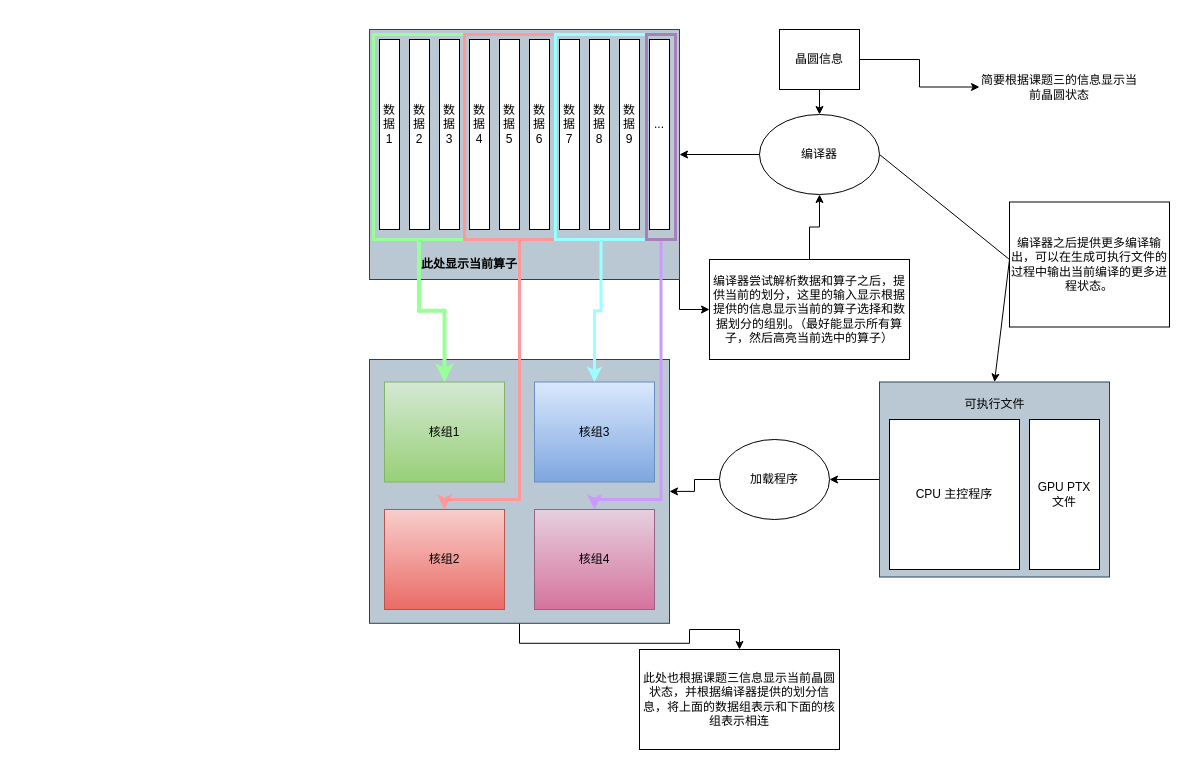
Avimitin/wafer-compiler-document keeps this draw.io diagram as assets/frontend-design.drawio. Above is the earlier version. Source tidied: cells renumbered, new cells numbered last; positions are measured from the earlier drawing's top-left corner, leaving out a move shared by most shapes. Both pictures are drawn from the tidied source at 100%, with x=0, y=0 at pixel (359, 29).
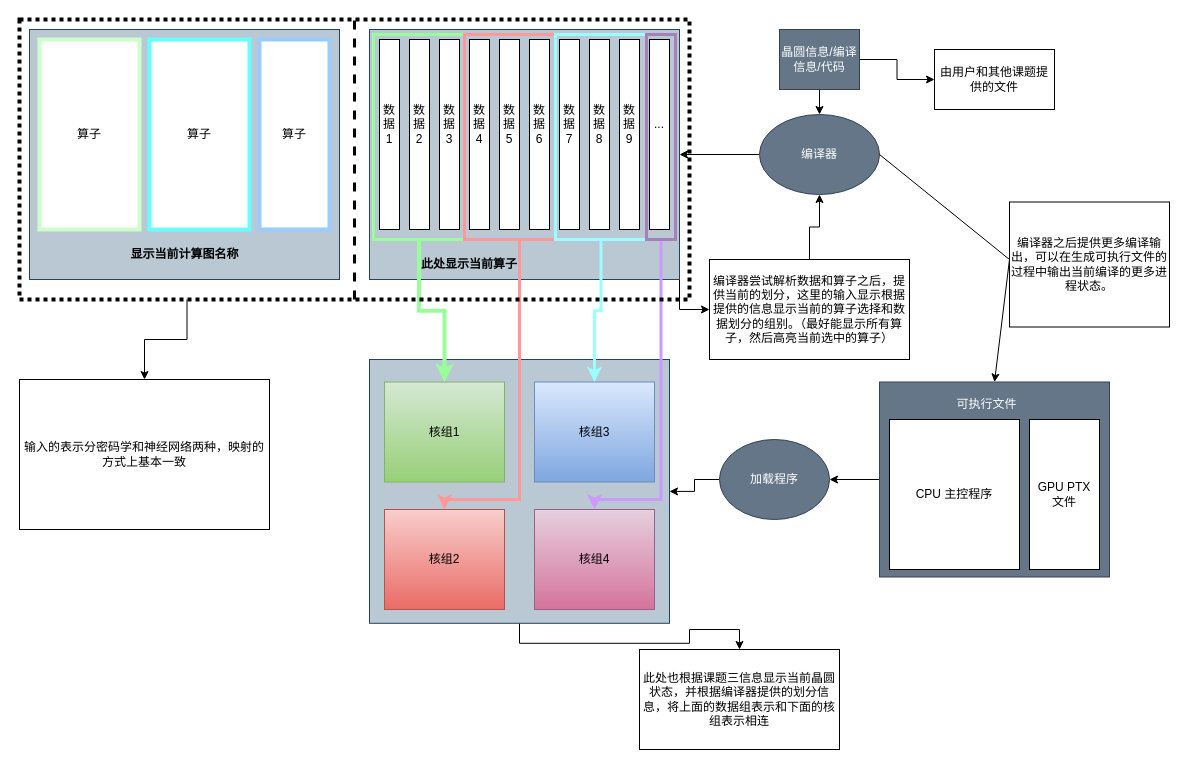
The same diagram, later.

Commit message (it also covers changes not shown here):
[assets] add latest frontend-design

Change to the diagram source:
```diff
@@
-    <mxCell id="26" value="编译器" style="ellipse;whiteSpace=wrap;html=1;" parent="1" vertex="1">
+    <mxCell id="26" value="编译器" style="ellipse;whiteSpace=wrap;html=1;fillColor=#647687;fontColor=#ffffff;strokeColor=#314354;" parent="1" vertex="1">
       <mxGeometry x="400" y="85" width="120" height="80" as="geometry" />
     </mxCell>
-    <mxCell id="27" style="edgeStyle=orthogonalEdgeStyle;rounded=0;jettySize=auto;html=1;exitX=1;exitY=0.5;exitDx=0;exitDy=0;entryX=0;entryY=0.5;entryDx=0;entryDy=0;" parent="1" edge="1" source="28" target="52">
+    <mxCell id="27" style="edgeStyle=orthogonalEdgeStyle;rounded=0;jettySize=auto;html=1;exitX=1;exitY=0.5;exitDx=0;exitDy=0;entryX=0;entryY=0.5;entryDx=0;entryDy=0;" parent="1" edge="1" source="28" target="57">
       <mxGeometry relative="1" as="geometry" />
     </mxCell>
-    <mxCell id="28" value="晶圆信息" style="rounded=0;whiteSpace=wrap;html=1;" parent="1" vertex="1">
+    <mxCell id="28" value="晶圆信息/编译信息/代码" style="rounded=0;whiteSpace=wrap;html=1;fillColor=#647687;fontColor=#ffffff;strokeColor=#314354;" parent="1" vertex="1">
       <mxGeometry x="420" width="80" height="60" as="geometry" />
     </mxCell>
@@
-    <mxCell id="31" style="rounded=0;whiteSpace=wrap;html=1;fillColor=#bac8d3;strokeColor=#23445d;" parent="1" vertex="1">
+    <mxCell id="31" style="rounded=0;whiteSpace=wrap;html=1;fillColor=#647687;strokeColor=#314354;fontColor=#ffffff;" parent="1" vertex="1">
       <mxGeometry x="520" y="352.5" width="230" height="195" as="geometry" />
     </mxCell>
@@
-    <mxCell id="33" value="可执行文件" style="text;html=1;align=center;verticalAlign=middle;whiteSpace=wrap;rounded=0;" parent="1" vertex="1">
-      <mxGeometry x="602.5" y="360" width="65" height="30" as="geometry" />
+    <mxCell id="33" value="&lt;font color=&quot;#ffffff&quot;&gt;可执行文件&lt;/font&gt;" style="text;html=1;align=center;verticalAlign=middle;whiteSpace=wrap;rounded=0;" parent="1" vertex="1">
+      <mxGeometry x="595" y="360" width="65" height="30" as="geometry" />
     </mxCell>
@@
-    <mxCell id="43" value="加载程序" style="ellipse;whiteSpace=wrap;html=1;" parent="1" vertex="1">
+    <mxCell id="43" value="加载程序" style="ellipse;whiteSpace=wrap;html=1;fillColor=#647687;fontColor=#ffffff;strokeColor=#314354;" parent="1" vertex="1">
       <mxGeometry x="360" y="410" width="110" height="80" as="geometry" />
     </mxCell>
@@
-    <mxCell id="52" value="简要根据课题三的信息显示当前晶圆状态" style="text;html=1;align=center;verticalAlign=middle;whiteSpace=wrap;rounded=0;" parent="1" vertex="1">
-      <mxGeometry x="620" y="15" width="160" height="85" as="geometry" />
-    </mxCell>
@@
+    <mxCell id="57" value="由用户和其他课题提供的文件" style="rounded=0;whiteSpace=wrap;html=1;" parent="1" vertex="1">
+      <mxGeometry x="575" y="20" width="120" height="60" as="geometry" />
+    </mxCell>
+    <mxCell id="58" style="rounded=0;whiteSpace=wrap;html=1;rotation=0;fillColor=#bac8d3;strokeColor=#23445d;" parent="1" vertex="1">
+      <mxGeometry x="-330" width="310" height="250" as="geometry" />
+    </mxCell>
+    <mxCell id="59" value="算子" style="rounded=0;whiteSpace=wrap;html=1;strokeColor=#CCFFCC;strokeWidth=4;" parent="1" vertex="1">
+      <mxGeometry x="-320" y="10" width="100" height="190" as="geometry" />
+    </mxCell>
+    <mxCell id="60" value="算子" style="rounded=0;whiteSpace=wrap;html=1;strokeWidth=4;strokeColor=#66FFFF;" parent="1" vertex="1">
+      <mxGeometry x="-210" y="10" width="100" height="190" as="geometry" />
+    </mxCell>
+    <mxCell id="61" value="算子" style="rounded=0;whiteSpace=wrap;html=1;strokeColor=#99CCFF;strokeWidth=4;" parent="1" vertex="1">
+      <mxGeometry x="-100" y="10" width="70" height="190" as="geometry" />
+    </mxCell>
+    <mxCell id="62" value="&lt;b&gt;显示当前计算图名称&lt;/b&gt;" style="text;html=1;align=center;verticalAlign=middle;whiteSpace=wrap;rounded=0;" parent="1" vertex="1">
+      <mxGeometry x="-237.5" y="210" width="125" height="30" as="geometry" />
+    </mxCell>
+    <mxCell id="63" style="edgeStyle=orthogonalEdgeStyle;rounded=0;jettySize=auto;html=1;exitX=0.25;exitY=1;exitDx=0;exitDy=0;entryX=0.5;entryY=0;entryDx=0;entryDy=0;" parent="1" edge="1" source="64" target="66">
+      <mxGeometry relative="1" as="geometry" />
+    </mxCell>
+    <mxCell id="64" style="rounded=0;whiteSpace=wrap;html=1;fillColor=none;strokeColor=#000000;dashed=1;dashPattern=1 1;strokeWidth=4;" parent="1" vertex="1">
+      <mxGeometry x="-340" y="-10" width="670" height="280" as="geometry" />
+    </mxCell>
+    <mxCell id="65" style="endArrow=none;dashed=1;html=1;rounded=0;entryX=0.5;entryY=0;entryDx=0;entryDy=0;exitX=0.5;exitY=1;exitDx=0;exitDy=0;strokeWidth=3;" parent="1" edge="1" source="64" target="64">
+      <mxGeometry relative="1" as="geometry" />
+    </mxCell>
+    <mxCell id="66" value="输入的表示分密码学和神经网络两种，映射的方式上基本一致" style="rounded=0;whiteSpace=wrap;html=1;" parent="1" vertex="1">
+      <mxGeometry x="-340" y="350" width="250" height="150" as="geometry" />
+    </mxCell>
```
